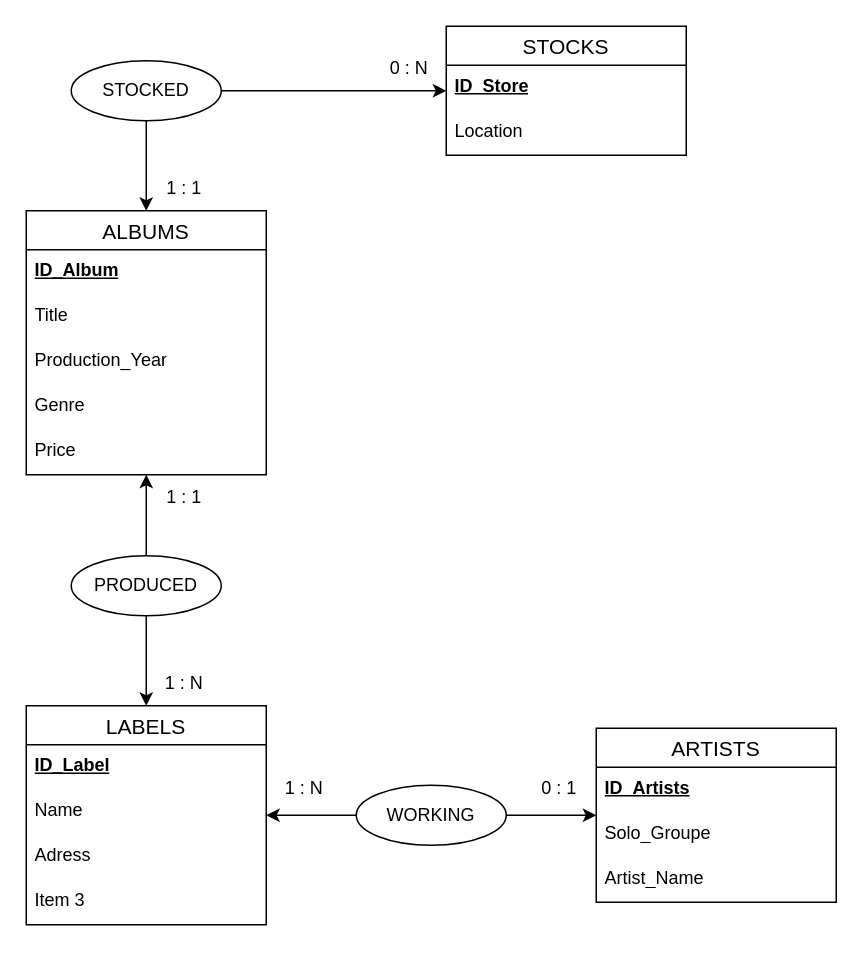
Earlier version of the draw.io diagram page "Ex_1" (1 of 3) of 162_DB/Exercices/MCD/ex_mcd.drawio (C0D3X-25/EPSIC). Source tidied: cells renumbered, new cells numbered last; positions are measured from the earlier drawing's top-left corner, leaving out a move shared by most shapes. Both pictures are drawn from the tidied source at 150%, with x=0, y=0 at pixel (26, 26).
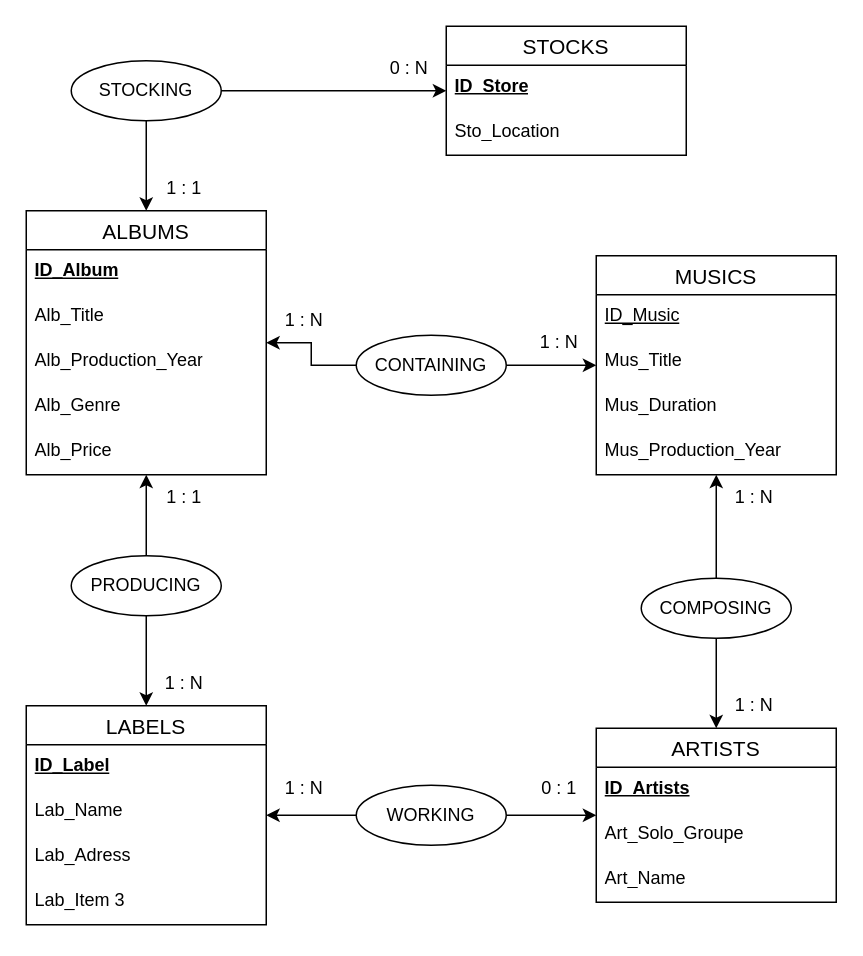
Above is the later version.

The change refers to these unchanged cells:
```xml
<mxCell id="2" value="STOCKS" style="swimlane;fontStyle=0;horizontal=1;startSize=26;align=center;fontSize=14;" parent="1" vertex="1">
  <mxGeometry x="280" width="160" height="86" as="geometry" />
</mxCell>
<mxCell id="5" value="ARTISTS" style="swimlane;fontStyle=0;horizontal=1;startSize=26;align=center;fontSize=14;" parent="1" vertex="1">
  <mxGeometry x="380" y="468" width="160" height="116" as="geometry" />
</mxCell>
<mxCell id="9" value="ALBUMS" style="swimlane;fontStyle=0;horizontal=1;startSize=26;align=center;fontSize=14;" parent="1" vertex="1">
  <mxGeometry y="123" width="160" height="176" as="geometry" />
</mxCell>
<mxCell id="15" value="LABELS" style="swimlane;fontStyle=0;horizontal=1;startSize=26;align=center;fontSize=14;" parent="1" vertex="1">
  <mxGeometry y="453" width="160" height="146" as="geometry" />
</mxCell>
```

What changed in the source:
```diff
@@
-    <mxCell id="4" value="Location" style="text;strokeColor=none;fillColor=none;spacingLeft=4;spacingRight=4;overflow=hidden;fontSize=12;whiteSpace=wrap;html=1;" parent="2" vertex="1">
+    <mxCell id="4" value="Sto_Location" style="text;strokeColor=none;fillColor=none;spacingLeft=4;spacingRight=4;overflow=hidden;fontSize=12;whiteSpace=wrap;html=1;" parent="2" vertex="1">
       <mxGeometry y="56" width="160" height="30" as="geometry" />
     </mxCell>
@@
-    <mxCell id="7" value="Solo_Groupe" style="text;strokeColor=none;fillColor=none;spacingLeft=4;spacingRight=4;overflow=hidden;fontSize=12;whiteSpace=wrap;html=1;" parent="5" vertex="1">
+    <mxCell id="7" value="Art_Solo_Groupe" style="text;strokeColor=none;fillColor=none;spacingLeft=4;spacingRight=4;overflow=hidden;fontSize=12;whiteSpace=wrap;html=1;" parent="5" vertex="1">
       <mxGeometry y="56" width="160" height="30" as="geometry" />
     </mxCell>
-    <mxCell id="8" value="Artist_Name" style="text;strokeColor=none;fillColor=none;spacingLeft=4;spacingRight=4;overflow=hidden;fontSize=12;whiteSpace=wrap;html=1;" parent="5" vertex="1">
+    <mxCell id="8" value="Art_Name" style="text;strokeColor=none;fillColor=none;spacingLeft=4;spacingRight=4;overflow=hidden;fontSize=12;whiteSpace=wrap;html=1;" parent="5" vertex="1">
       <mxGeometry y="86" width="160" height="30" as="geometry" />
     </mxCell>
@@
-    <mxCell id="11" value="Title" style="text;strokeColor=none;fillColor=none;spacingLeft=4;spacingRight=4;overflow=hidden;fontSize=12;whiteSpace=wrap;html=1;" parent="9" vertex="1">
+    <mxCell id="11" value="Alb_Title" style="text;strokeColor=none;fillColor=none;spacingLeft=4;spacingRight=4;overflow=hidden;fontSize=12;whiteSpace=wrap;html=1;" parent="9" vertex="1">
       <mxGeometry y="56" width="160" height="30" as="geometry" />
     </mxCell>
-    <mxCell id="12" value="Production_Year" style="text;strokeColor=none;fillColor=none;spacingLeft=4;spacingRight=4;overflow=hidden;fontSize=12;whiteSpace=wrap;html=1;" parent="9" vertex="1">
+    <mxCell id="12" value="Alb_Production_Year" style="text;strokeColor=none;fillColor=none;spacingLeft=4;spacingRight=4;overflow=hidden;fontSize=12;whiteSpace=wrap;html=1;" parent="9" vertex="1">
       <mxGeometry y="86" width="160" height="30" as="geometry" />
     </mxCell>
-    <mxCell id="13" value="Genre" style="text;strokeColor=none;fillColor=none;spacingLeft=4;spacingRight=4;overflow=hidden;fontSize=12;whiteSpace=wrap;html=1;" parent="9" vertex="1">
+    <mxCell id="13" value="Alb_Genre" style="text;strokeColor=none;fillColor=none;spacingLeft=4;spacingRight=4;overflow=hidden;fontSize=12;whiteSpace=wrap;html=1;" parent="9" vertex="1">
       <mxGeometry y="116" width="160" height="30" as="geometry" />
     </mxCell>
-    <mxCell id="14" value="Price" style="text;strokeColor=none;fillColor=none;spacingLeft=4;spacingRight=4;overflow=hidden;fontSize=12;whiteSpace=wrap;html=1;" parent="9" vertex="1">
+    <mxCell id="14" value="Alb_Price" style="text;strokeColor=none;fillColor=none;spacingLeft=4;spacingRight=4;overflow=hidden;fontSize=12;whiteSpace=wrap;html=1;" parent="9" vertex="1">
       <mxGeometry y="146" width="160" height="30" as="geometry" />
     </mxCell>
@@
-    <mxCell id="17" value="Name" style="text;strokeColor=none;fillColor=none;spacingLeft=4;spacingRight=4;overflow=hidden;fontSize=12;whiteSpace=wrap;html=1;" parent="15" vertex="1">
+    <mxCell id="17" value="Lab_Name" style="text;strokeColor=none;fillColor=none;spacingLeft=4;spacingRight=4;overflow=hidden;fontSize=12;whiteSpace=wrap;html=1;" parent="15" vertex="1">
       <mxGeometry y="56" width="160" height="30" as="geometry" />
     </mxCell>
-    <mxCell id="18" value="Adress" style="text;strokeColor=none;fillColor=none;spacingLeft=4;spacingRight=4;overflow=hidden;fontSize=12;whiteSpace=wrap;html=1;" parent="15" vertex="1">
+    <mxCell id="18" value="Lab_Adress" style="text;strokeColor=none;fillColor=none;spacingLeft=4;spacingRight=4;overflow=hidden;fontSize=12;whiteSpace=wrap;html=1;" parent="15" vertex="1">
       <mxGeometry y="86" width="160" height="30" as="geometry" />
     </mxCell>
-    <mxCell id="19" value="Item 3" style="text;strokeColor=none;fillColor=none;spacingLeft=4;spacingRight=4;overflow=hidden;fontSize=12;whiteSpace=wrap;html=1;" parent="15" vertex="1">
+    <mxCell id="19" value="Lab_Item 3" style="text;strokeColor=none;fillColor=none;spacingLeft=4;spacingRight=4;overflow=hidden;fontSize=12;whiteSpace=wrap;html=1;" parent="15" vertex="1">
       <mxGeometry y="116" width="160" height="30" as="geometry" />
     </mxCell>
@@
-    <mxCell id="25" value="PRODUCED" style="ellipse;whiteSpace=wrap;html=1;align=center;" parent="1" vertex="1">
+    <mxCell id="25" value="PRODUCING" style="ellipse;whiteSpace=wrap;html=1;align=center;" parent="1" vertex="1">
       <mxGeometry x="30" y="353" width="100" height="40" as="geometry" />
     </mxCell>
@@
-    <mxCell id="28" value="STOCKED" style="ellipse;whiteSpace=wrap;html=1;align=center;" parent="1" vertex="1">
+    <mxCell id="28" value="STOCKING" style="ellipse;whiteSpace=wrap;html=1;align=center;" parent="1" vertex="1">
       <mxGeometry x="30" y="23" width="100" height="40" as="geometry" />
     </mxCell>
@@
+    <mxCell id="35" value="MUSICS" style="swimlane;fontStyle=0;horizontal=1;startSize=26;align=center;fontSize=14;" parent="1" vertex="1">
+      <mxGeometry x="380" y="153" width="160" height="146" as="geometry" />
+    </mxCell>
+    <mxCell id="36" value="ID_Music" style="text;strokeColor=none;fillColor=none;spacingLeft=4;spacingRight=4;overflow=hidden;fontSize=12;whiteSpace=wrap;html=1;fontStyle=4;" parent="35" vertex="1">
+      <mxGeometry y="26" width="160" height="30" as="geometry" />
+    </mxCell>
+    <mxCell id="37" value="Mus_Title" style="text;strokeColor=none;fillColor=none;spacingLeft=4;spacingRight=4;overflow=hidden;fontSize=12;whiteSpace=wrap;html=1;" parent="35" vertex="1">
+      <mxGeometry y="56" width="160" height="30" as="geometry" />
+    </mxCell>
+    <mxCell id="38" value="Mus_Duration" style="text;strokeColor=none;fillColor=none;spacingLeft=4;spacingRight=4;overflow=hidden;fontSize=12;whiteSpace=wrap;html=1;" parent="35" vertex="1">
+      <mxGeometry y="86" width="160" height="30" as="geometry" />
+    </mxCell>
+    <mxCell id="39" value="Mus_Production_Year" style="text;strokeColor=none;fillColor=none;spacingLeft=4;spacingRight=4;overflow=hidden;fontSize=12;whiteSpace=wrap;html=1;" parent="35" vertex="1">
+      <mxGeometry y="116" width="160" height="30" as="geometry" />
+    </mxCell>
+    <mxCell id="40" style="edgeStyle=orthogonalEdgeStyle;rounded=0;jettySize=auto;html=1;exitX=0.5;exitY=0;exitDx=0;exitDy=0;" parent="1" edge="1" source="42" target="35">
+      <mxGeometry relative="1" as="geometry" />
+    </mxCell>
+    <mxCell id="41" style="edgeStyle=orthogonalEdgeStyle;rounded=0;jettySize=auto;html=1;exitX=0.5;exitY=1;exitDx=0;exitDy=0;" parent="1" edge="1" source="42" target="5">
+      <mxGeometry relative="1" as="geometry" />
+    </mxCell>
+    <mxCell id="42" value="COMPOSING" style="ellipse;whiteSpace=wrap;html=1;align=center;" parent="1" vertex="1">
+      <mxGeometry x="410" y="368" width="100" height="40" as="geometry" />
+    </mxCell>
+    <mxCell id="43" style="edgeStyle=orthogonalEdgeStyle;rounded=0;jettySize=auto;html=1;exitX=1;exitY=0.5;exitDx=0;exitDy=0;" parent="1" edge="1" source="45" target="35">
+      <mxGeometry relative="1" as="geometry" />
+    </mxCell>
+    <mxCell id="44" style="edgeStyle=orthogonalEdgeStyle;rounded=0;jettySize=auto;html=1;exitX=0;exitY=0.5;exitDx=0;exitDy=0;" parent="1" edge="1" source="45" target="9">
+      <mxGeometry relative="1" as="geometry" />
+    </mxCell>
+    <mxCell id="45" value="CONTAINING" style="ellipse;whiteSpace=wrap;html=1;align=center;" parent="1" vertex="1">
+      <mxGeometry x="220" y="206" width="100" height="40" as="geometry" />
+    </mxCell>
+    <mxCell id="46" value="1 : N" style="text;html=1;align=center;verticalAlign=middle;strokeColor=none;fillColor=none;" parent="1" vertex="1">
+      <mxGeometry x="160" y="181" width="50" height="30" as="geometry" />
+    </mxCell>
+    <mxCell id="47" value="1 : N" style="text;html=1;align=center;verticalAlign=middle;strokeColor=none;fillColor=none;" parent="1" vertex="1">
+      <mxGeometry x="330" y="196" width="50" height="30" as="geometry" />
+    </mxCell>
+    <mxCell id="48" value="1 : N" style="text;html=1;align=center;verticalAlign=middle;strokeColor=none;fillColor=none;" parent="1" vertex="1">
+      <mxGeometry x="460" y="299" width="50" height="30" as="geometry" />
+    </mxCell>
+    <mxCell id="49" value="1 : N" style="text;html=1;align=center;verticalAlign=middle;strokeColor=none;fillColor=none;" parent="1" vertex="1">
+      <mxGeometry x="460" y="438" width="50" height="30" as="geometry" />
+    </mxCell>
```
